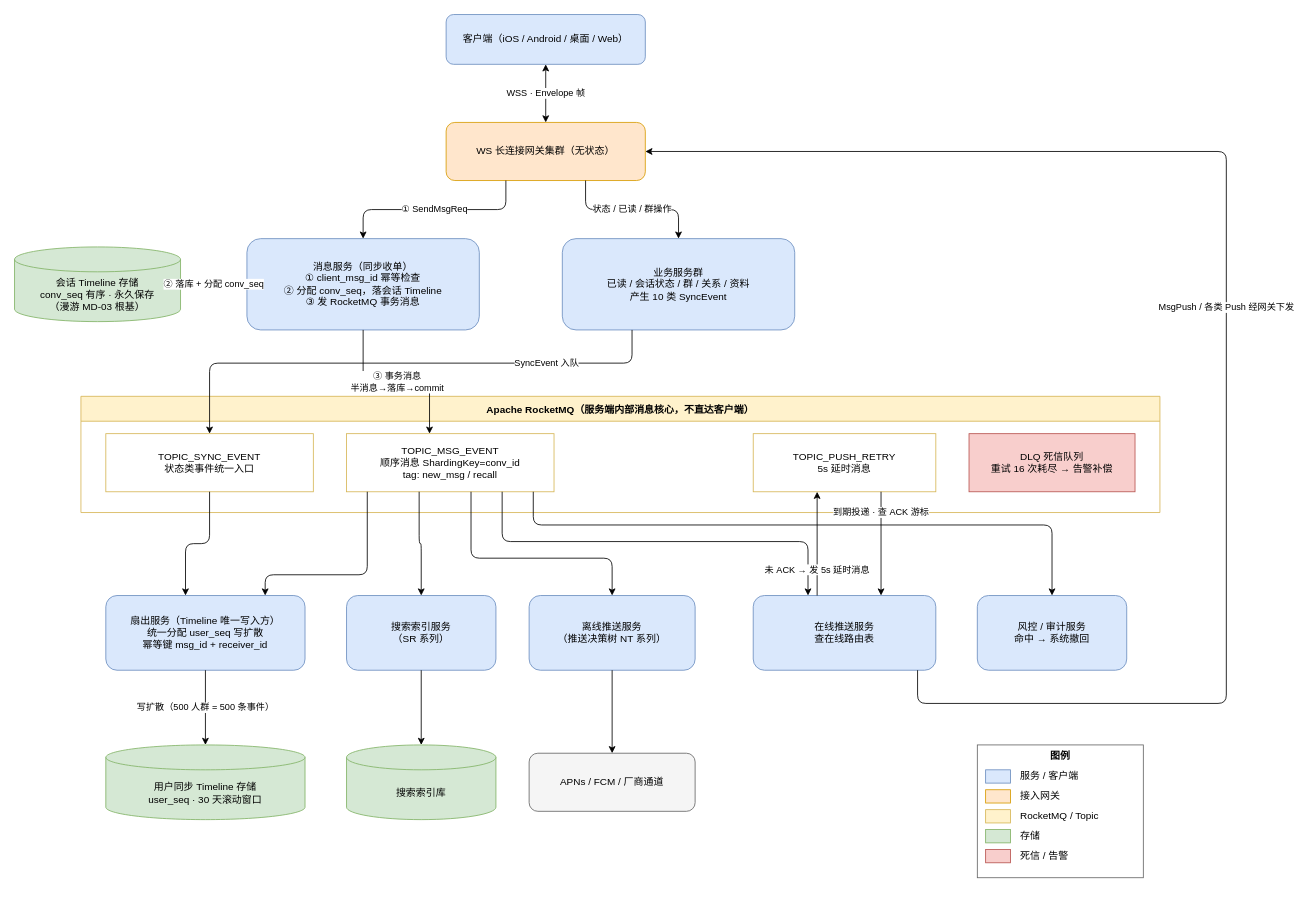
Earlier version of the draw.io diagram docs/specs/diagrams/mq-message-core.drawio (qlshouyu/phantom-im). Source tidied: cells renumbered, new cells numbered last; positions are measured from the earlier drawing's top-left corner, leaving out a move shared by most shapes. Both pictures are drawn from the tidied source at 83%, with x=0, y=0 at pixel (14, 14).
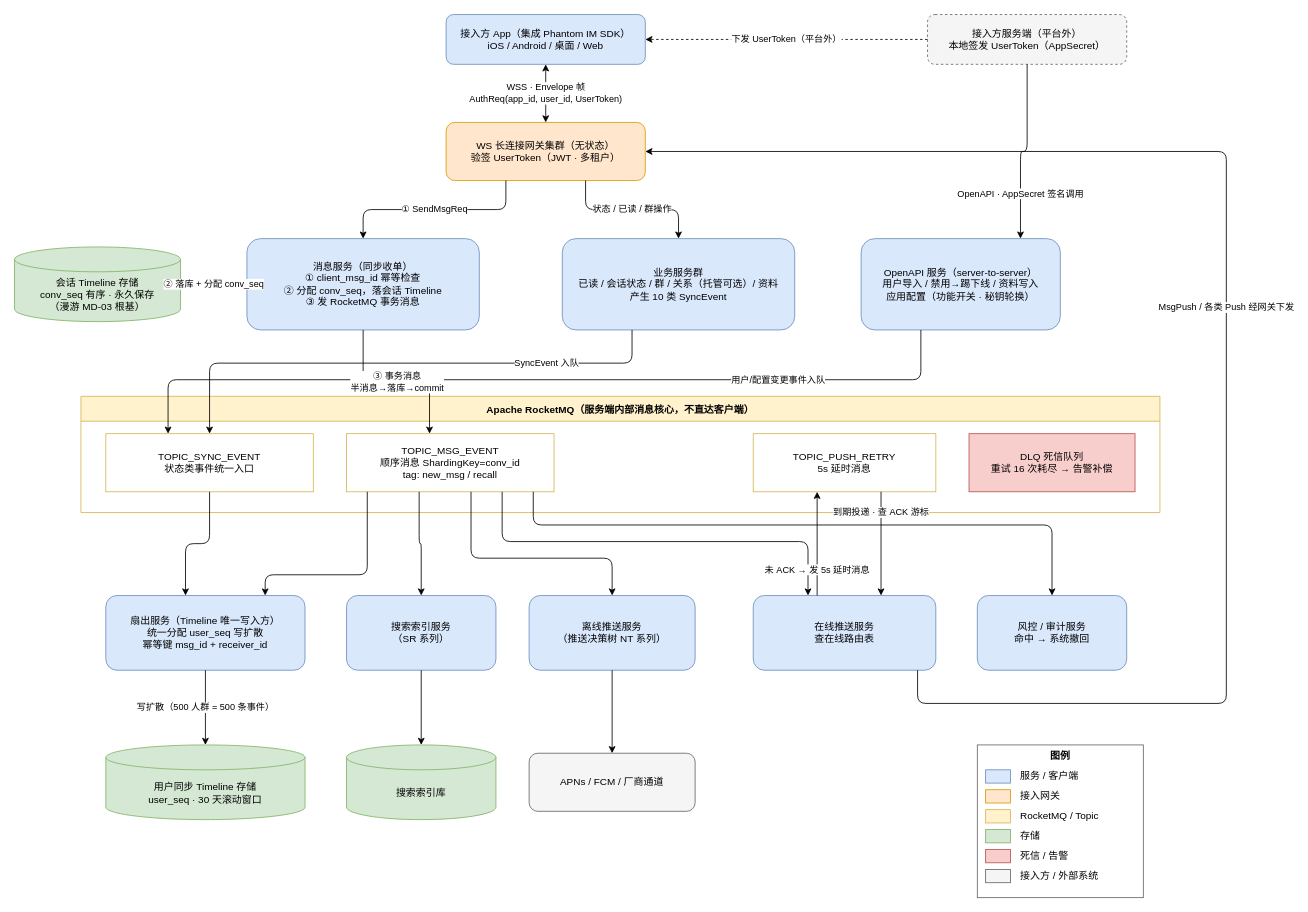
Above is the later version.

Commit message (it also covers changes not shown here):
docs(specs): MQ 架构文档与架构图适配平台化（接入方 App/服务端、OpenAPI 服务、多租户验签与路由表）

Unchanged cells that the change refers to:
```xml
<mxCell id="8" value="TOPIC_SYNC_EVENT&#10;状态类事件统一入口" style="rounded=0;whiteSpace=wrap;html=1;fillColor=#ffffff;strokeColor=#d6b656;" parent="7" vertex="1">
  <mxGeometry x="30" y="45" width="250" height="70" as="geometry" />
</mxCell>
```

The edit, as a diff of the source:
```diff
@@
-    <mxCell id="2" value="客户端（iOS / Android / 桌面 / Web）" style="rounded=1;whiteSpace=wrap;html=1;fillColor=#dae8fc;strokeColor=#6c8ebf;" parent="1" vertex="1">
+    <mxCell id="2" value="接入方 App（集成 Phantom IM SDK）&#10;iOS / Android / 桌面 / Web" style="rounded=1;whiteSpace=wrap;html=1;fillColor=#dae8fc;strokeColor=#6c8ebf;" parent="1" vertex="1">
       <mxGeometry x="520" width="240" height="60" as="geometry" />
     </mxCell>
+    <mxCell id="49" value="接入方服务端（平台外）&#10;本地签发 UserToken（AppSecret）" style="rounded=1;whiteSpace=wrap;html=1;fillColor=#f5f5f5;strokeColor=#666666;dashed=1;" parent="1" vertex="1">
+      <mxGeometry x="1100" width="240" height="60" as="geometry" />
+    </mxCell>
-    <mxCell id="3" value="WS 长连接网关集群（无状态）" style="rounded=1;whiteSpace=wrap;html=1;fillColor=#ffe6cc;strokeColor=#d79b00;" parent="1" vertex="1">
+    <mxCell id="3" value="WS 长连接网关集群（无状态）&#10;验签 UserToken（JWT · 多租户）" style="rounded=1;whiteSpace=wrap;html=1;fillColor=#ffe6cc;strokeColor=#d79b00;" parent="1" vertex="1">
       <mxGeometry x="520" y="130" width="240" height="70" as="geometry" />
     </mxCell>
@@
-    <mxCell id="6" value="业务服务群&#10;已读 / 会话状态 / 群 / 关系 / 资料&#10;产生 10 类 SyncEvent" style="rounded=1;whiteSpace=wrap;html=1;fillColor=#dae8fc;strokeColor=#6c8ebf;" parent="1" vertex="1">
+    <mxCell id="6" value="业务服务群&#10;已读 / 会话状态 / 群 / 关系（托管可选）/ 资料&#10;产生 10 类 SyncEvent" style="rounded=1;whiteSpace=wrap;html=1;fillColor=#dae8fc;strokeColor=#6c8ebf;" parent="1" vertex="1">
       <mxGeometry x="660" y="270" width="280" height="110" as="geometry" />
     </mxCell>
+    <mxCell id="50" value="OpenAPI 服务（server-to-server）&#10;用户导入 / 禁用→踢下线 / 资料写入&#10;应用配置（功能开关 · 秘钥轮换）" style="rounded=1;whiteSpace=wrap;html=1;fillColor=#dae8fc;strokeColor=#6c8ebf;" parent="1" vertex="1">
+      <mxGeometry x="1020" y="270" width="240" height="110" as="geometry" />
+    </mxCell>
@@
     <mxCell id="20" value="图例" style="rounded=0;whiteSpace=wrap;html=1;fillColor=none;strokeColor=#666666;verticalAlign=top;fontStyle=1;" parent="1" vertex="1">
-      <mxGeometry x="1160" y="880" width="200" height="160" as="geometry" />
+      <mxGeometry x="1160" y="880" width="200" height="184" as="geometry" />
     </mxCell>
@@
+    <mxCell id="51" style="rounded=0;html=1;fillColor=#f5f5f5;strokeColor=#666666;" parent="20" vertex="1">
+      <mxGeometry x="10" y="150" width="30" height="16" as="geometry" />
+    </mxCell>
+    <mxCell id="52" value="接入方 / 外部系统" style="text;html=1;align=left;verticalAlign=middle;" parent="20" vertex="1">
+      <mxGeometry x="50" y="148" width="140" height="20" as="geometry" />
+    </mxCell>
-    <mxCell id="31" value="WSS · Envelope 帧" style="edgeStyle=orthogonalEdgeStyle;rounded=1;jettySize=auto;html=1;startArrow=classic;labelBackgroundColor=#ffffff;exitX=0.5;exitY=1;exitDx=0;exitDy=0;entryX=0.5;entryY=0;entryDx=0;entryDy=0;" parent="1" edge="1" source="2" target="3">
+    <mxCell id="31" value="WSS · Envelope 帧&#10;AuthReq(app_id, user_id, UserToken)" style="edgeStyle=orthogonalEdgeStyle;rounded=1;jettySize=auto;html=1;startArrow=classic;labelBackgroundColor=#ffffff;exitX=0.5;exitY=1;exitDx=0;exitDy=0;entryX=0.5;entryY=0;entryDx=0;entryDy=0;" parent="1" edge="1" source="2" target="3">
       <mxGeometry relative="1" as="geometry" />
     </mxCell>
+    <mxCell id="53" value="下发 UserToken（平台外）" style="edgeStyle=orthogonalEdgeStyle;rounded=1;jettySize=auto;html=1;dashed=1;labelBackgroundColor=#ffffff;exitX=0;exitY=0.5;exitDx=0;exitDy=0;entryX=1;entryY=0.5;entryDx=0;entryDy=0;" parent="1" edge="1" source="49" target="2">
+      <mxGeometry relative="1" as="geometry" />
+    </mxCell>
+    <mxCell id="54" value="OpenAPI · AppSecret 签名调用" style="edgeStyle=orthogonalEdgeStyle;rounded=1;jettySize=auto;html=1;labelBackgroundColor=#ffffff;exitX=0.5;exitY=1;exitDx=0;exitDy=0;entryX=0.8;entryY=0;entryDx=0;entryDy=0;" parent="1" edge="1" source="49" target="50">
+      <mxGeometry x="0.5" relative="1" as="geometry" />
+    </mxCell>
+    <mxCell id="55" value="用户/配置变更事件入队" style="edgeStyle=orthogonalEdgeStyle;rounded=1;jettySize=auto;html=1;labelBackgroundColor=#ffffff;exitX=0.3;exitY=1;exitDx=0;exitDy=0;entryX=0.3;entryY=0;entryDx=0;entryDy=0;" parent="1" edge="1" source="50" target="8">
+      <mxGeometry x="-0.55" relative="1" as="geometry">
+        <Array as="points">
+          <mxPoint x="1092" y="440" />
+          <mxPoint x="185" y="440" />
+        </Array>
+      </mxGeometry>
+    </mxCell>
```
